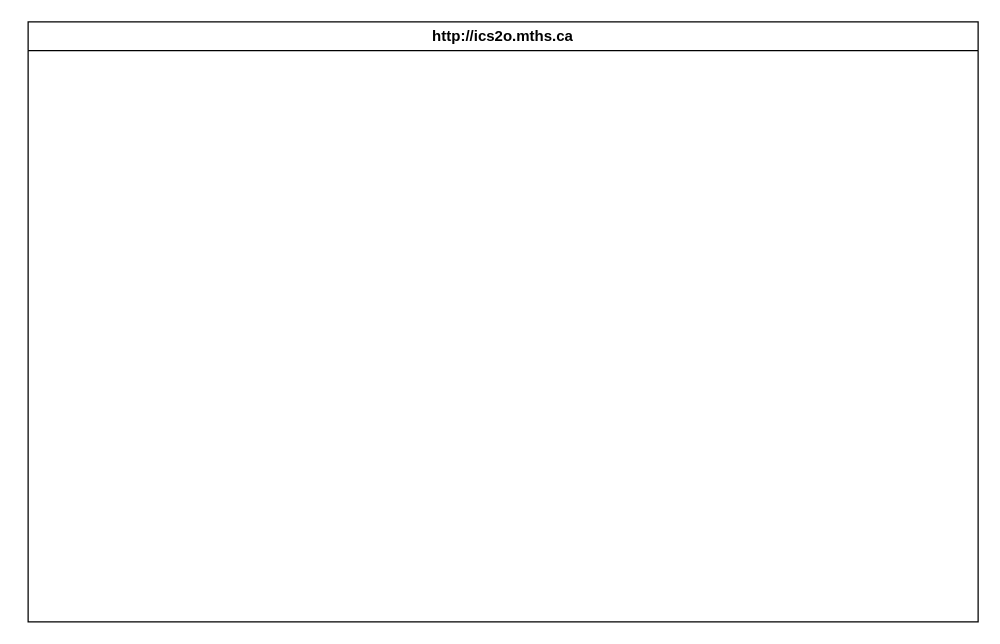
Earlier version of the draw.io diagram design/storyboard.drawio (MTHS-ICS2O-2-2022/ICS2O-Unit-6-02-Osamah-Hasan). Source tidied: cells renumbered, new cells numbered last; positions are measured from the earlier drawing's top-left corner, leaving out a move shared by most shapes. Both pictures are drawn from the tidied source at 125%, with x=0, y=0 at pixel (28, 21). Pictures stored in the file or linked from it are replaced by grey dashed boxes.
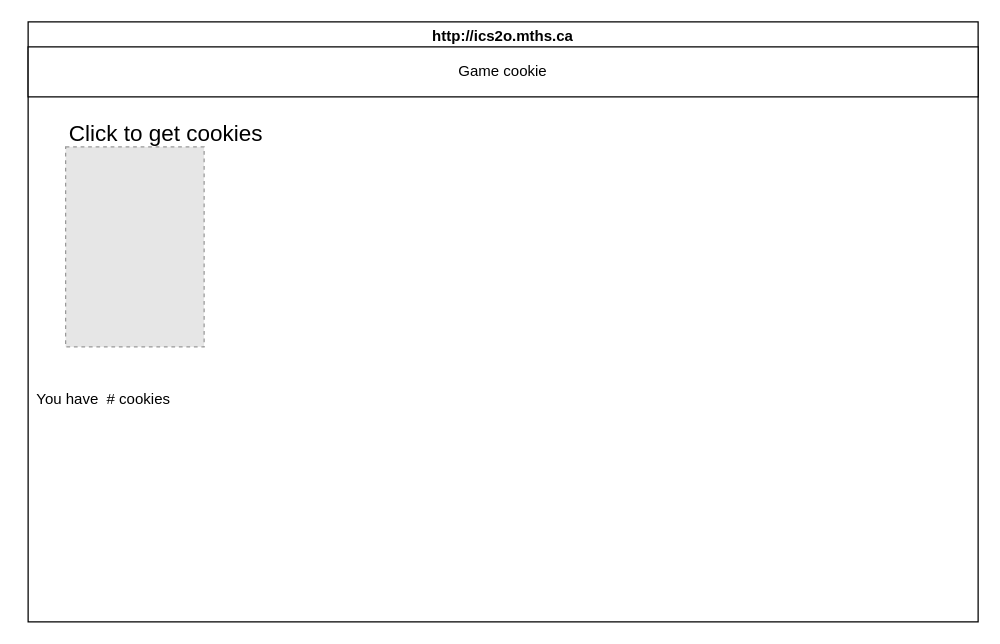
Above is the later version.

What changed in the source:
```diff
@@
 <mxGraphModel>
   <root>
     <mxCell id="0" />
     <mxCell id="1" parent="0" />
     <mxCell id="2" value="http://ics2o.mths.ca" style="swimlane;whiteSpace=wrap;html=1;" parent="1" vertex="1">
       <mxGeometry width="760" height="480" as="geometry" />
     </mxCell>
+    <mxCell id="3" value="Game cookie" style="whiteSpace=wrap;html=1;" parent="2" vertex="1">
+      <mxGeometry y="20" width="760" height="40" as="geometry" />
+    </mxCell>
+    <mxCell id="4" value="&lt;font style=&quot;font-size: 18px;&quot;&gt;Click to get cookies&lt;/font&gt;" style="text;html=1;align=center;verticalAlign=middle;strokeColor=none;fillColor=none;" parent="2" vertex="1">
+      <mxGeometry x="20" y="70" width="180" height="40" as="geometry" />
+    </mxCell>
+    <mxCell id="5" style="fillColor=#E6E6E6;strokeColor=#999999;dashed=1;verticalLabelPosition=bottom;labelBackgroundColor=default;verticalAlign=top;" parent="2" vertex="1">
+      <mxGeometry x="30" y="100" width="110.8" height="160" as="geometry" />
+    </mxCell>
+    <mxCell id="6" value="&lt;font style=&quot;font-size: 12px;&quot;&gt;You have&amp;nbsp; # cookies&lt;/font&gt;" style="text;html=1;align=center;verticalAlign=middle;strokeColor=none;fillColor=none;fontSize=18;" parent="1" vertex="1">
+      <mxGeometry x="-5" y="280" width="130" height="40" as="geometry" />
+    </mxCell>
   </root>
 </mxGraphModel>
```
